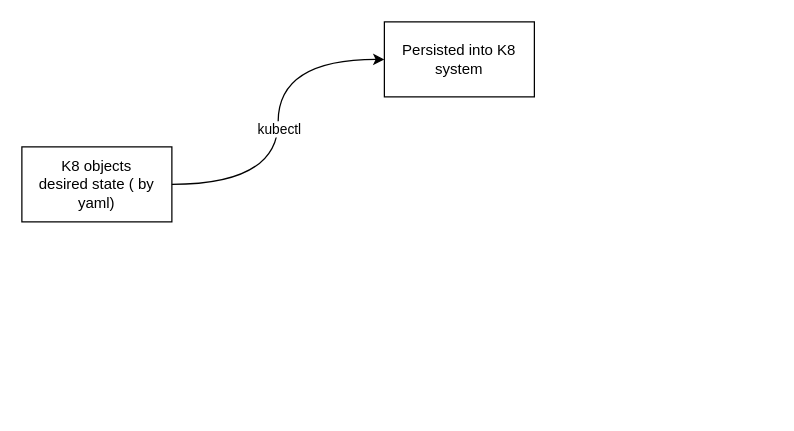
Above: k8_1.drawio in manjunath-notes/diagrams (draw.io), before the change. Source tidied: cells renumbered, new cells numbered last; positions are measured from the earlier drawing's top-left corner, leaving out a move shared by most shapes. Both pictures are drawn from the tidied source at 125%, with x=0, y=0 at pixel (21, 21).
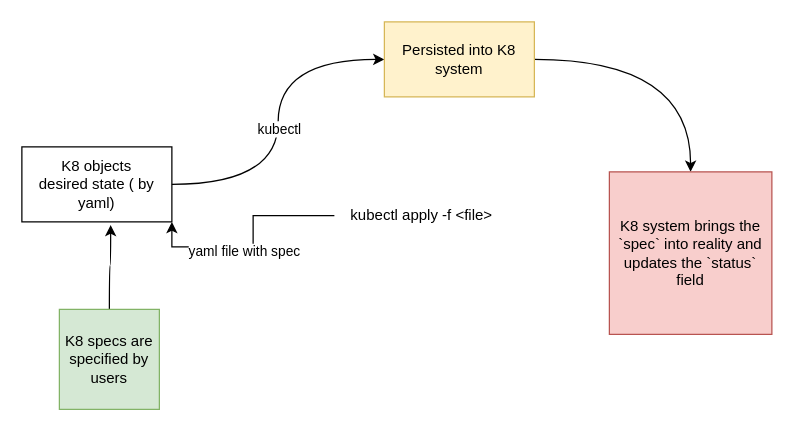
After the change.

Change to the diagram source:
```diff
@@
 <mxGraphModel>
   <root>
     <mxCell id="0" />
     <mxCell id="1" parent="0" />
     <mxCell id="2" style="edgeStyle=orthogonalEdgeStyle;rounded=0;jettySize=auto;html=1;entryX=0;entryY=0.5;entryDx=0;entryDy=0;curved=1;" parent="1" edge="1" source="4" target="5">
       <mxGeometry relative="1" as="geometry" />
     </mxCell>
     <mxCell id="3" value="kubectl" style="edgeLabel;html=1;align=center;verticalAlign=middle;" parent="2" vertex="1">
       <mxGeometry x="-0.03" relative="1" as="geometry">
         <mxPoint y="1" as="offset" />
       </mxGeometry>
     </mxCell>
     <mxCell id="4" value="K8 objects&lt;br&gt;desired state ( by yaml)" style="rounded=0;whiteSpace=wrap;html=1;fillColor=none;" parent="1" vertex="1">
       <mxGeometry y="100" width="120" height="60" as="geometry" />
     </mxCell>
+    <mxCell id="6" style="edgeStyle=orthogonalEdgeStyle;rounded=0;jettySize=auto;html=1;curved=1;" parent="1" edge="1" source="5" target="9">
+      <mxGeometry relative="1" as="geometry" />
+    </mxCell>
-    <mxCell id="5" value="Persisted into K8 system" style="rounded=0;whiteSpace=wrap;html=1;fillColor=none;" parent="1" vertex="1">
+    <mxCell id="5" value="Persisted into K8 system" style="rounded=0;whiteSpace=wrap;html=1;fillColor=#fff2cc;strokeColor=#d6b656;" parent="1" vertex="1">
       <mxGeometry x="290" width="120" height="60" as="geometry" />
     </mxCell>
+    <mxCell id="7" style="edgeStyle=orthogonalEdgeStyle;rounded=0;jettySize=auto;html=1;entryX=0.592;entryY=1.042;entryDx=0;entryDy=0;entryPerimeter=0;curved=1;" parent="1" edge="1" source="8" target="4">
+      <mxGeometry relative="1" as="geometry" />
+    </mxCell>
+    <mxCell id="8" value="K8 specs are specified by users" style="whiteSpace=wrap;html=1;fillColor=#d5e8d4;strokeColor=#82b366;" parent="1" vertex="1">
+      <mxGeometry x="30" y="230" width="80" height="80" as="geometry" />
+    </mxCell>
+    <mxCell id="9" value="K8 system brings the `spec` into reality and updates the `status` field" style="whiteSpace=wrap;html=1;fillColor=#f8cecc;strokeColor=#b85450;" parent="1" vertex="1">
+      <mxGeometry x="470" y="120" width="130" height="130" as="geometry" />
+    </mxCell>
+    <mxCell id="10" style="edgeStyle=orthogonalEdgeStyle;rounded=0;jettySize=auto;html=1;entryX=1;entryY=1;entryDx=0;entryDy=0;" parent="1" edge="1" source="12" target="4">
+      <mxGeometry relative="1" as="geometry" />
+    </mxCell>
+    <mxCell id="11" value="yaml file with spec" style="edgeLabel;html=1;align=center;verticalAlign=middle;" parent="10" vertex="1">
+      <mxGeometry x="0.12" y="3" relative="1" as="geometry" />
+    </mxCell>
+    <mxCell id="12" value="kubectl apply -f &amp;lt;file&amp;gt;" style="text;html=1;strokeColor=none;fillColor=none;align=center;verticalAlign=middle;whiteSpace=wrap;rounded=0;" parent="1" vertex="1">
+      <mxGeometry x="250" y="140" width="140" height="30" as="geometry" />
+    </mxCell>
   </root>
 </mxGraphModel>
```
